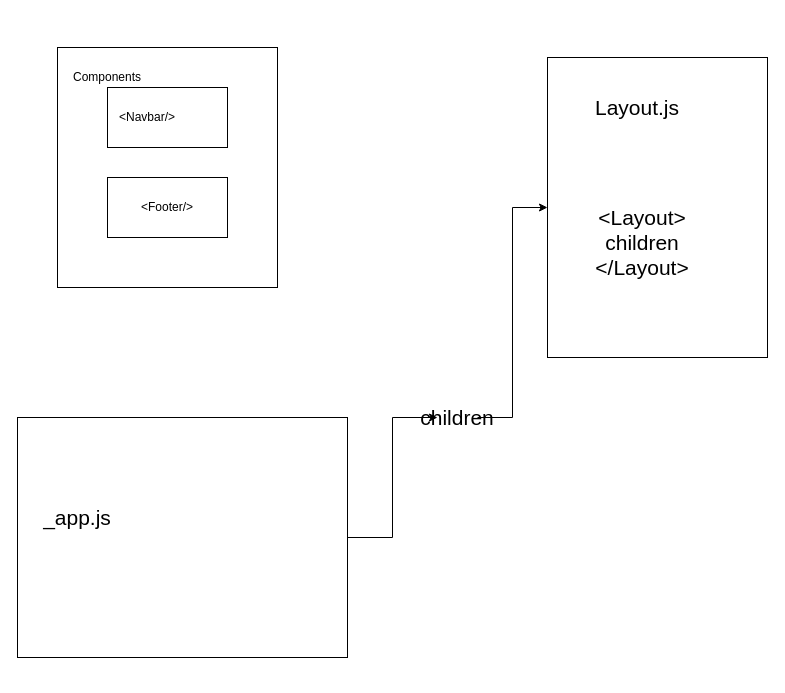
The draw.io diagram page "Layout component" (2 of 2) of Untitled Diagram.drawio in UXsree/nextplayers, before the edit. Source tidied: cells renumbered, new cells numbered last; positions are measured from the earlier drawing's top-left corner, leaving out a move shared by most shapes. Both pictures are drawn from the tidied source at 100%, with x=0, y=0 at pixel (17, 47).
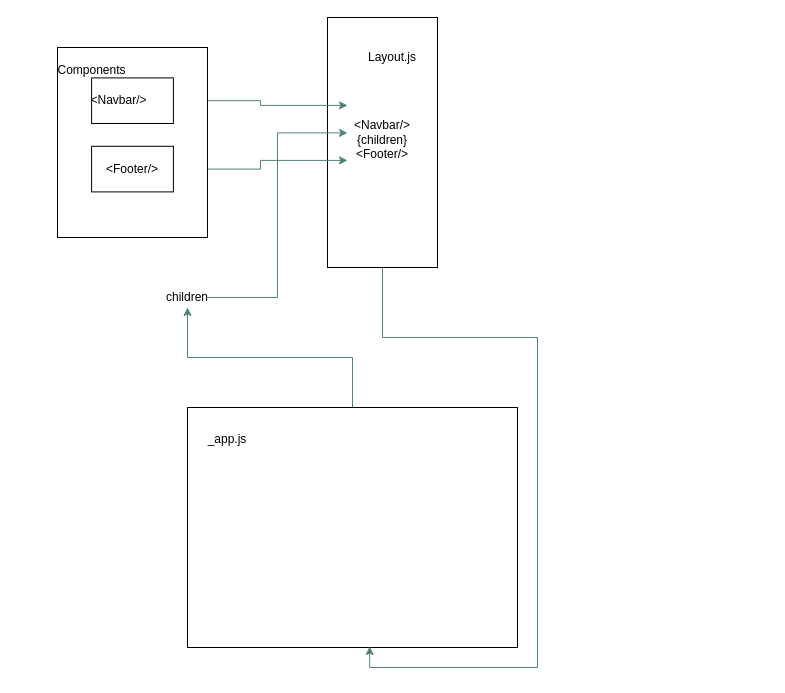
The same page after the edit.

Diff of the diagram source:
```diff
@@
 <mxGraphModel>
   <root>
     <mxCell id="0" />
     <mxCell id="1" parent="0" />
-    <mxCell id="2" style="edgeStyle=orthogonalEdgeStyle;rounded=0;jettySize=auto;html=1;fontSize=21;" parent="1" edge="1" source="3" target="13">
+    <mxCell id="2" style="edgeStyle=orthogonalEdgeStyle;rounded=0;jettySize=auto;html=1;fontSize=21;strokeColor=#4E8279;" parent="1" edge="1" source="3" target="13">
       <mxGeometry relative="1" as="geometry" />
     </mxCell>
     <mxCell id="3" style="rounded=0;whiteSpace=wrap;html=1;" parent="1" vertex="1">
-      <mxGeometry y="370" width="330" height="240" as="geometry" />
+      <mxGeometry x="170" y="360" width="330" height="240" as="geometry" />
     </mxCell>
-    <mxCell id="4" value="_app.js" style="text;html=1;strokeColor=none;fillColor=none;align=center;verticalAlign=middle;whiteSpace=wrap;rounded=0;fontSize=21;" parent="1" vertex="1">
-      <mxGeometry x="40" y="460" width="40" height="20" as="geometry" />
+    <mxCell id="4" value="_app.js" style="text;html=1;strokeColor=none;fillColor=none;align=center;verticalAlign=middle;whiteSpace=wrap;rounded=0;fontSize=12;" parent="1" vertex="1">
+      <mxGeometry x="190" y="382" width="40" height="20" as="geometry" />
     </mxCell>
+    <mxCell id="15" style="edgeStyle=orthogonalEdgeStyle;rounded=0;jettySize=auto;html=1;fontSize=21;strokeColor=#4E8279;entryX=0.552;entryY=0.996;entryDx=0;entryDy=0;entryPerimeter=0;" parent="1" edge="1" source="5" target="3">
+      <mxGeometry relative="1" as="geometry" />
+    </mxCell>
     <mxCell id="5" style="rounded=0;whiteSpace=wrap;html=1;fontSize=21;" parent="1" vertex="1">
-      <mxGeometry x="530" y="10" width="220" height="300" as="geometry" />
+      <mxGeometry x="310" y="-30" width="110" height="250" as="geometry" />
     </mxCell>
-    <mxCell id="6" value="Layout.js" style="text;html=1;strokeColor=none;fillColor=none;align=center;verticalAlign=middle;whiteSpace=wrap;rounded=0;fontSize=21;" parent="1" vertex="1">
-      <mxGeometry x="600" y="50" width="40" height="20" as="geometry" />
+    <mxCell id="6" value="Layout.js" style="text;html=1;strokeColor=none;fillColor=none;align=center;verticalAlign=middle;whiteSpace=wrap;rounded=0;fontSize=12;" parent="1" vertex="1">
+      <mxGeometry x="355" width="40" height="20" as="geometry" />
     </mxCell>
+    <mxCell id="16" style="edgeStyle=orthogonalEdgeStyle;rounded=0;jettySize=auto;html=1;entryX=0;entryY=0.25;entryDx=0;entryDy=0;fontSize=21;strokeColor=#4E8279;" parent="1" edge="1" source="8" target="14">
+      <mxGeometry relative="1" as="geometry" />
+    </mxCell>
+    <mxCell id="17" style="edgeStyle=orthogonalEdgeStyle;rounded=0;jettySize=auto;html=1;entryX=0;entryY=0.75;entryDx=0;entryDy=0;fontSize=21;strokeColor=#4E8279;" parent="1" edge="1" source="11" target="14">
+      <mxGeometry relative="1" as="geometry" />
+    </mxCell>
+    <mxCell id="18" style="edgeStyle=orthogonalEdgeStyle;rounded=0;jettySize=auto;html=1;entryX=0;entryY=0.5;entryDx=0;entryDy=0;fontSize=21;strokeColor=#4E8279;" parent="1" edge="1" source="13" target="14">
+      <mxGeometry relative="1" as="geometry" />
+    </mxCell>
+    <mxCell id="13" value="children" style="text;html=1;strokeColor=none;fillColor=none;align=center;verticalAlign=middle;whiteSpace=wrap;rounded=0;fontSize=12;" parent="1" vertex="1">
+      <mxGeometry x="150" y="240" width="40" height="20" as="geometry" />
+    </mxCell>
+    <mxCell id="14" value="&lt;br style=&quot;font-size: 12px;&quot;&gt;&amp;lt;Navbar/&amp;gt;&lt;br style=&quot;font-size: 12px;&quot;&gt;{children}&lt;br style=&quot;font-size: 12px;&quot;&gt;&amp;lt;Footer/&amp;gt;&lt;br style=&quot;font-size: 12px;&quot;&gt;" style="text;html=1;strokeColor=none;fillColor=none;align=center;verticalAlign=middle;whiteSpace=wrap;rounded=0;fontSize=12;" parent="1" vertex="1">
+      <mxGeometry x="330" y="30.4" width="70" height="110" as="geometry" />
+    </mxCell>
+    <mxCell id="19" style="group;" parent="1" vertex="1">
+      <mxGeometry x="40" width="150" height="190" as="geometry" />
+    </mxCell>
-    <mxCell id="7" style="rounded=0;whiteSpace=wrap;html=1;" parent="1" vertex="1">
-      <mxGeometry x="40" width="220" height="240" as="geometry" />
+    <mxCell id="7" style="rounded=0;whiteSpace=wrap;html=1;" parent="19" vertex="1">
+      <mxGeometry width="150" height="190" as="geometry" />
     </mxCell>
-    <mxCell id="8" style="rounded=0;whiteSpace=wrap;html=1;" parent="1" vertex="1">
-      <mxGeometry x="90" y="40" width="120" height="60" as="geometry" />
+    <mxCell id="8" style="rounded=0;whiteSpace=wrap;html=1;" parent="19" vertex="1">
+      <mxGeometry x="34.1" y="30.4" width="81.8" height="45.6" as="geometry" />
     </mxCell>
-    <mxCell id="9" value="Components" style="text;html=1;strokeColor=none;fillColor=none;align=center;verticalAlign=middle;whiteSpace=wrap;rounded=0;" parent="1" vertex="1">
-      <mxGeometry x="70" y="20" width="40" height="20" as="geometry" />
+    <mxCell id="9" value="Components" style="text;html=1;strokeColor=none;fillColor=none;align=center;verticalAlign=middle;whiteSpace=wrap;rounded=0;" parent="19" vertex="1">
+      <mxGeometry x="20.5" y="15.2" width="27.3" height="15.2" as="geometry" />
     </mxCell>
-    <mxCell id="10" value="&amp;lt;Navbar/&amp;gt;" style="text;html=1;strokeColor=none;fillColor=none;align=center;verticalAlign=middle;whiteSpace=wrap;rounded=0;" parent="1" vertex="1">
-      <mxGeometry x="110" y="60" width="40" height="20" as="geometry" />
+    <mxCell id="10" value="&amp;lt;Navbar/&amp;gt;" style="text;html=1;strokeColor=none;fillColor=none;align=center;verticalAlign=middle;whiteSpace=wrap;rounded=0;" parent="19" vertex="1">
+      <mxGeometry x="47.7" y="45.6" width="27.3" height="15.2" as="geometry" />
     </mxCell>
-    <mxCell id="11" value="&amp;lt;Footer/&amp;gt;" style="rounded=0;whiteSpace=wrap;html=1;" parent="1" vertex="1">
-      <mxGeometry x="90" y="130" width="120" height="60" as="geometry" />
+    <mxCell id="11" value="&amp;lt;Footer/&amp;gt;" style="rounded=0;whiteSpace=wrap;html=1;" parent="19" vertex="1">
+      <mxGeometry x="34.1" y="98.8" width="81.8" height="45.6" as="geometry" />
     </mxCell>
-    <mxCell id="12" style="edgeStyle=orthogonalEdgeStyle;rounded=0;jettySize=auto;html=1;entryX=0;entryY=0.5;entryDx=0;entryDy=0;fontSize=21;" parent="1" edge="1" source="13" target="5">
-      <mxGeometry relative="1" as="geometry" />
-    </mxCell>
-    <mxCell id="13" value="children" style="text;html=1;strokeColor=none;fillColor=none;align=center;verticalAlign=middle;whiteSpace=wrap;rounded=0;fontSize=21;" parent="1" vertex="1">
-      <mxGeometry x="420" y="360" width="40" height="20" as="geometry" />
-    </mxCell>
-    <mxCell id="14" value="&amp;lt;Layout&amp;gt;&lt;br&gt;children&lt;br&gt;&amp;lt;/Layout&amp;gt;" style="text;html=1;strokeColor=none;fillColor=none;align=center;verticalAlign=middle;whiteSpace=wrap;rounded=0;fontSize=21;" parent="1" vertex="1">
-      <mxGeometry x="590" y="140" width="70" height="110" as="geometry" />
-    </mxCell>
   </root>
 </mxGraphModel>
```
